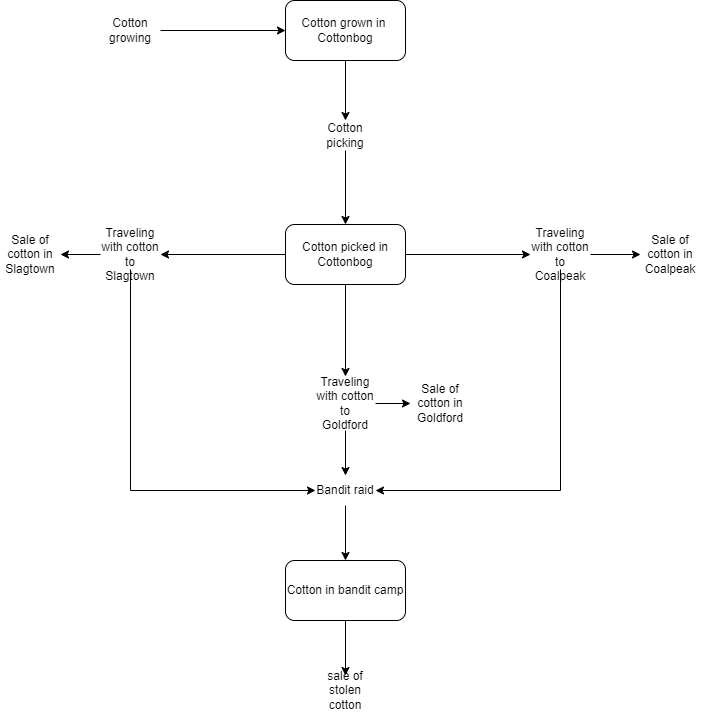
Above: Flowchart/CottonFlow.drawio.png in FunkMarvel/Comp-4-SST (draw.io), before the change. Source tidied: cells renumbered, new cells last; positions are measured from the earlier drawing's top-left corner, leaving out a move shared by most shapes.
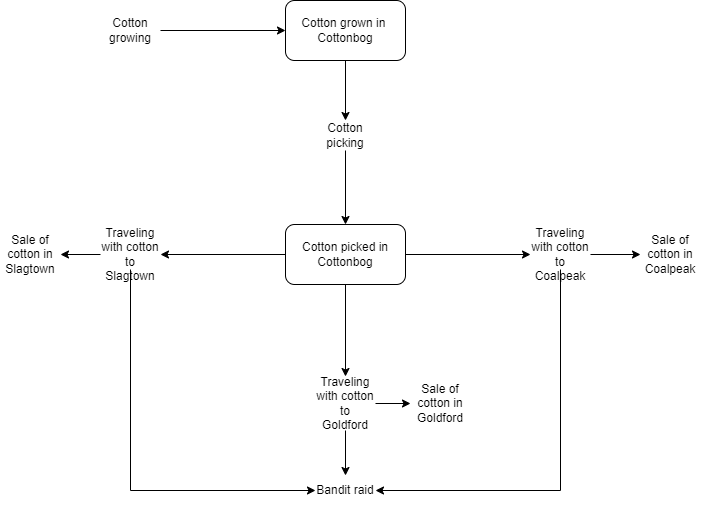
The same file after the commit.

Diff of the diagram source:
```diff
@@ -55,9 +55,6 @@
     <mxCell id="16" value="Traveling with cotton to Goldford" style="text;html=1;strokeColor=none;fillColor=none;align=center;verticalAlign=middle;whiteSpace=wrap;rounded=0;" parent="1" vertex="1">
       <mxGeometry x="315" y="376" width="60" height="54" as="geometry" />
     </mxCell>
-    <mxCell id="17" style="edgeStyle=orthogonalEdgeStyle;rounded=0;jettySize=auto;html=1;" parent="1" edge="1" source="18" target="23">
-      <mxGeometry relative="1" as="geometry" />
-    </mxCell>
     <mxCell id="18" value="Bandit raid" style="text;html=1;strokeColor=none;fillColor=none;align=center;verticalAlign=middle;whiteSpace=wrap;rounded=0;" parent="1" vertex="1">
       <mxGeometry x="315" y="475" width="60" height="30" as="geometry" />
     </mxCell>
@@ -70,15 +67,6 @@
     <mxCell id="21" value="Sale of cotton in Coalpeak" style="text;html=1;strokeColor=none;fillColor=none;align=center;verticalAlign=middle;whiteSpace=wrap;rounded=0;" parent="1" vertex="1">
       <mxGeometry x="640" y="239" width="60" height="30" as="geometry" />
     </mxCell>
-    <mxCell id="22" style="edgeStyle=orthogonalEdgeStyle;rounded=0;jettySize=auto;html=1;" parent="1" edge="1" source="23" target="24">
-      <mxGeometry relative="1" as="geometry" />
-    </mxCell>
-    <mxCell id="23" value="Cotton in bandit camp" style="rounded=1;whiteSpace=wrap;html=1;" parent="1" vertex="1">
-      <mxGeometry x="285" y="560" width="120" height="60" as="geometry" />
-    </mxCell>
-    <mxCell id="24" value="sale of stolen cotton" style="text;html=1;strokeColor=none;fillColor=none;align=center;verticalAlign=middle;whiteSpace=wrap;rounded=0;" parent="1" vertex="1">
-      <mxGeometry x="315" y="675" width="60" height="30" as="geometry" />
-    </mxCell>
     <mxCell id="25" style="edgeStyle=orthogonalEdgeStyle;rounded=0;jettySize=auto;html=1;entryX=0.5;entryY=0;entryDx=0;entryDy=0;" parent="1" edge="1" source="26" target="7">
       <mxGeometry relative="1" as="geometry" />
     </mxCell>
```
